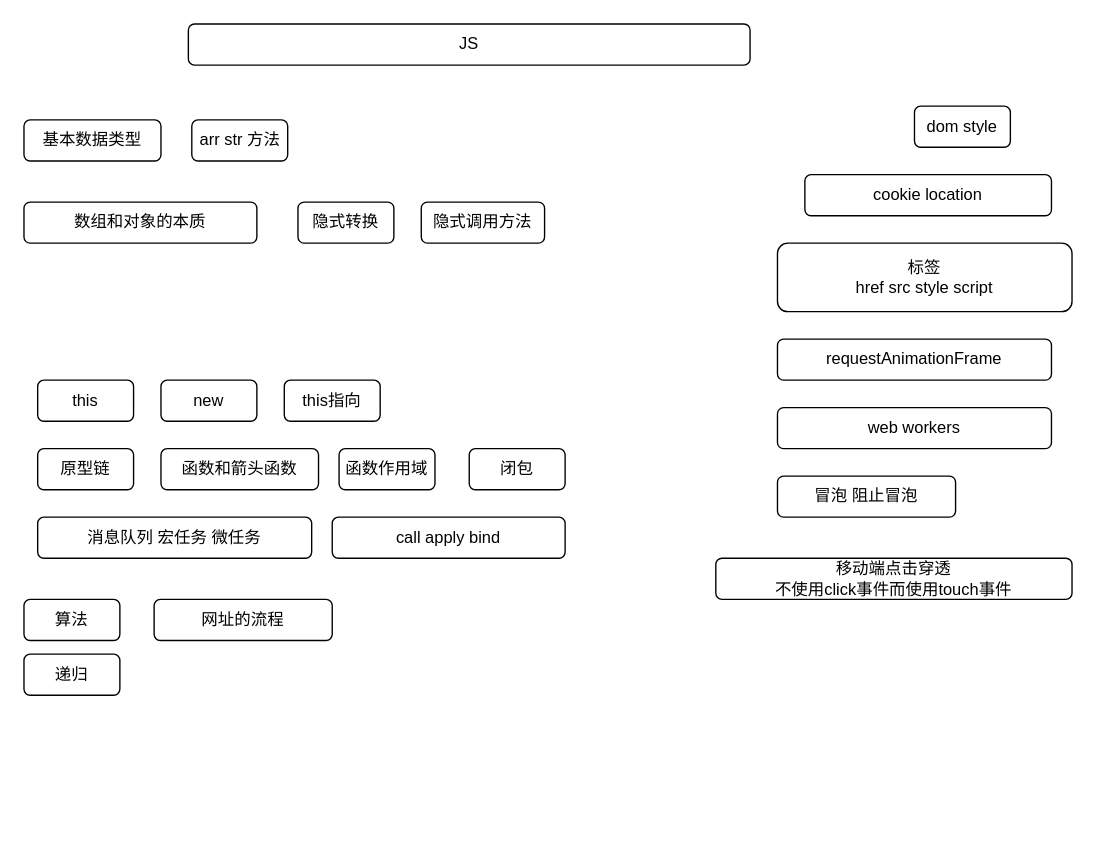
D20F/xiaofang keeps this draw.io diagram as drawio/js.drawio. Above is the earlier version. Source tidied: cells renumbered, new cells numbered last; positions are measured from the earlier drawing's top-left corner, leaving out a move shared by most shapes. Both pictures are drawn from the tidied source at 137%, with x=0, y=0 at pixel (23, 23).
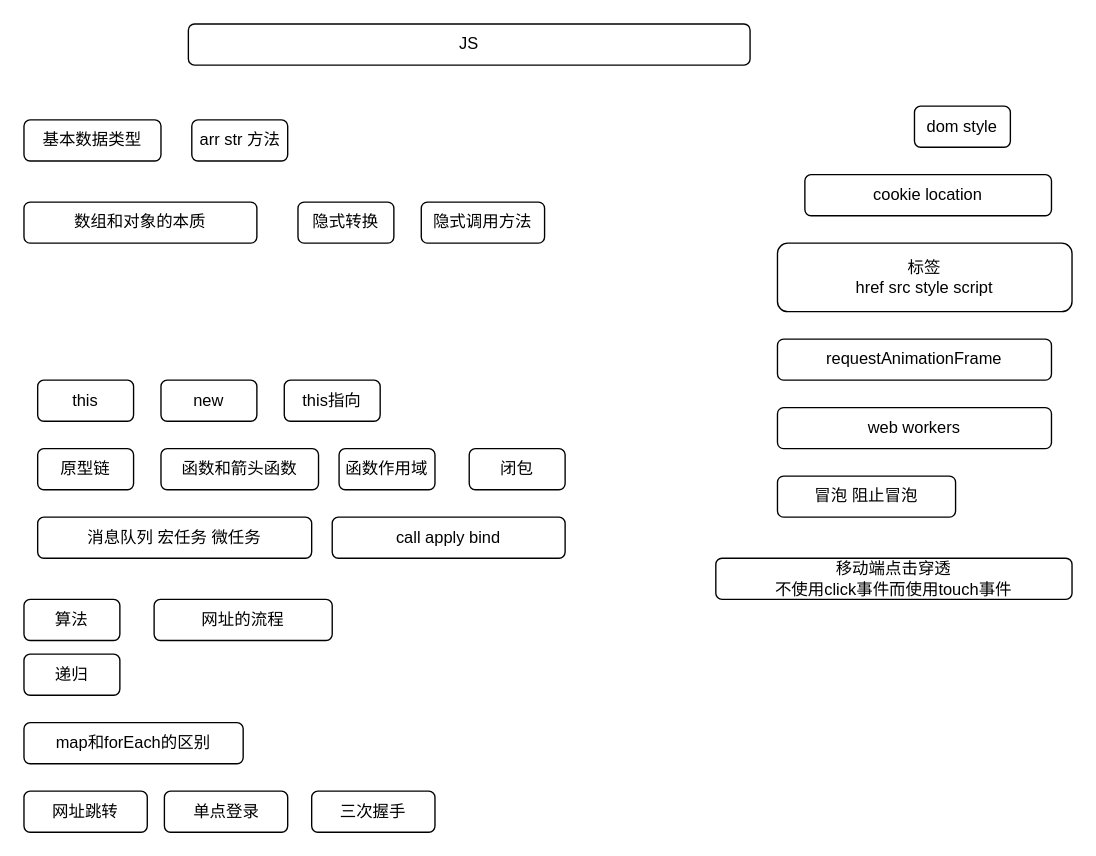
Above is the later version.

What changed in the source:
```diff
@@
+    <mxCell id="27" value="map和forEach的区别" style="rounded=1;whiteSpace=wrap;html=1;" parent="1" vertex="1">
+      <mxGeometry y="510" width="160" height="30" as="geometry" />
+    </mxCell>
+    <mxCell id="28" value="单点登录" style="rounded=1;whiteSpace=wrap;html=1;" parent="1" vertex="1">
+      <mxGeometry x="102.5" y="560" width="90" height="30" as="geometry" />
+    </mxCell>
+    <mxCell id="29" value="网址跳转" style="rounded=1;whiteSpace=wrap;html=1;" parent="1" vertex="1">
+      <mxGeometry y="560" width="90" height="30" as="geometry" />
+    </mxCell>
+    <mxCell id="30" value="三次握手" style="rounded=1;whiteSpace=wrap;html=1;" parent="1" vertex="1">
+      <mxGeometry x="210" y="560" width="90" height="30" as="geometry" />
+    </mxCell>
```
